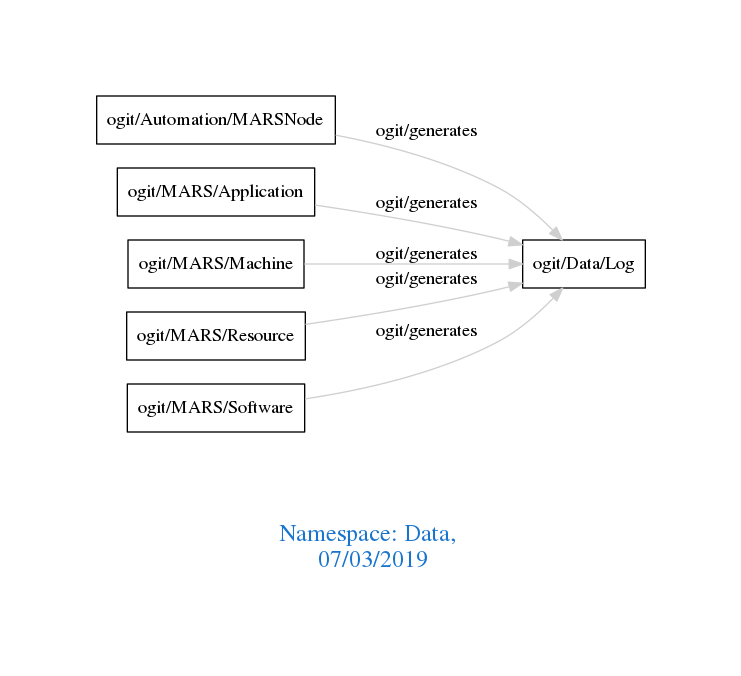
arago/OGIT keeps this Graphviz diagram as downloads/Data.png. Above is the earlier version. Its source is kept beside it as downloads/Data.dot.
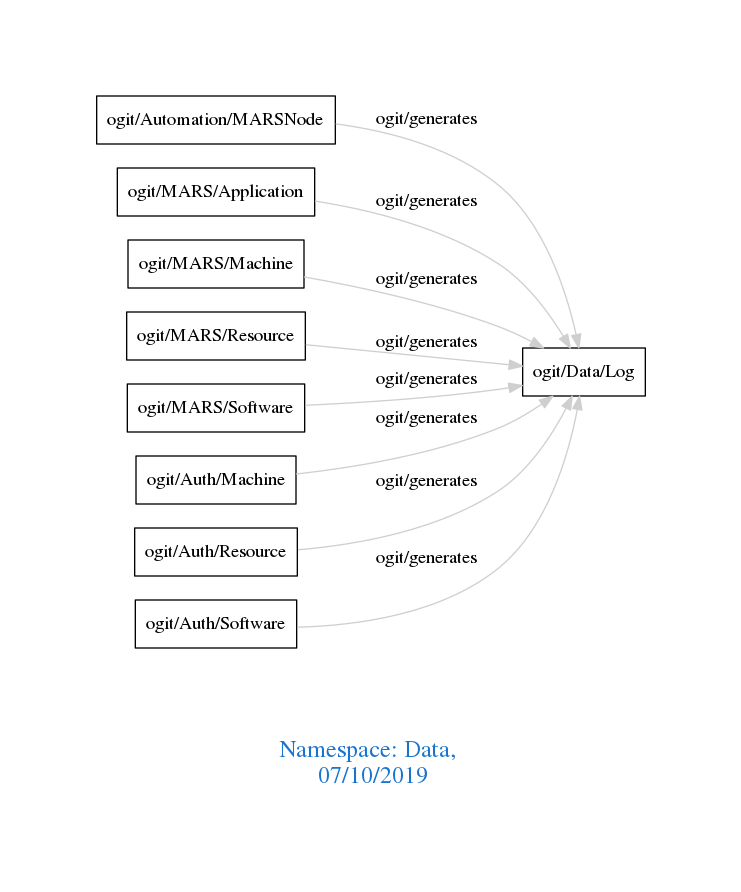
The same diagram one commit later.

Change to the diagram source:
```diff
@@ -1,7 +1,7 @@
 digraph OGIT_ontology {
  graph [ rankdir= LR,pad=1
 fontsize = 18,
-fontcolor= dodgerblue3,label = "\n\n\nNamespace: Data, \n 07/03/2019"];
+fontcolor= dodgerblue3,label = "\n\n\nNamespace: Data, \n 07/10/2019"];
 node[shape=polygon];
 edge [  color="gray81"];
 
@@ -10,4 +10,7 @@
    "ogit/MARS/Machine" -> "ogit/Data/Log" [label="   ogit/generates    "];
    "ogit/MARS/Resource" -> "ogit/Data/Log" [label="   ogit/generates    "];
    "ogit/MARS/Software" -> "ogit/Data/Log" [label="   ogit/generates    "];
+   "ogit/Auth/Machine" -> "ogit/Data/Log" [label="   ogit/generates    "];
+   "ogit/Auth/Resource" -> "ogit/Data/Log" [label="   ogit/generates    "];
+   "ogit/Auth/Software" -> "ogit/Data/Log" [label="   ogit/generates    "];
 }
```
